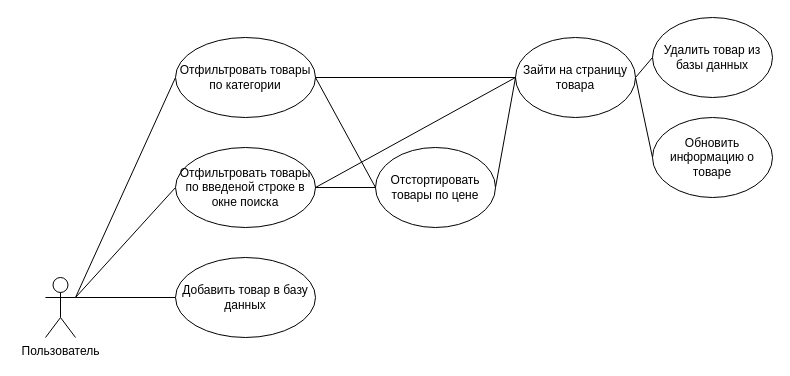
Vasyaslav/Leshchinskii-web-dev-course-2024-2 keeps this draw.io diagram as Диаграмма вариантов использования администратора.drawio. Above is the earlier version. Source tidied: cells renumbered, new cells numbered last; positions are measured from the earlier drawing's top-left corner, leaving out a move shared by most shapes. Both pictures are drawn from the tidied source at 100%, with x=0, y=0 at pixel (45, 17).
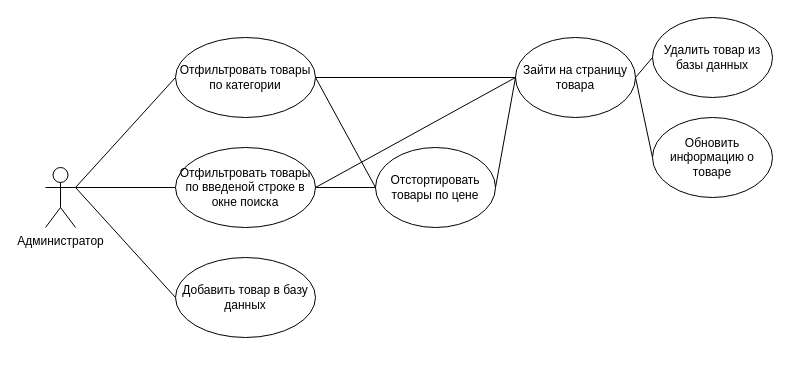
Above is the later version.

The change refers to these unchanged cells:
```xml
<mxCell id="4" value="Отфильтровать товары по категории" style="ellipse;whiteSpace=wrap;html=1;" parent="1" vertex="1">
  <mxGeometry x="130" y="20" width="140" height="80" as="geometry" />
</mxCell>
<mxCell id="6" value="Отфильтровать товары по введеной строке в окне поиска" style="ellipse;whiteSpace=wrap;html=1;" parent="1" vertex="1">
  <mxGeometry x="130" y="130" width="140" height="80" as="geometry" />
</mxCell>
<mxCell id="11" value="Добавить товар в базу данных" style="ellipse;whiteSpace=wrap;html=1;" parent="1" vertex="1">
  <mxGeometry x="130" y="240" width="140" height="80" as="geometry" />
</mxCell>
```

What changed in the source:
```diff
@@
-    <mxCell id="2" value="Пользователь" style="shape=umlActor;verticalLabelPosition=bottom;verticalAlign=top;html=1;outlineConnect=0;" parent="1" vertex="1">
-      <mxGeometry y="260" width="30" height="60" as="geometry" />
+    <mxCell id="2" value="Администратор" style="shape=umlActor;verticalLabelPosition=bottom;verticalAlign=top;html=1;outlineConnect=0;" parent="1" vertex="1">
+      <mxGeometry y="150" width="30" height="60" as="geometry" />
     </mxCell>
-    <mxCell id="3" style="endArrow=none;html=1;rounded=0;entryX=0;entryY=0.5;entryDx=0;entryDy=0;" parent="1" edge="1" target="4">
-      <mxGeometry relative="1" as="geometry">
-        <mxPoint x="30" y="280" as="sourcePoint" />
-      </mxGeometry>
+    <mxCell id="3" style="endArrow=none;html=1;rounded=0;entryX=0;entryY=0.5;entryDx=0;entryDy=0;exitX=1;exitY=0.3333333333333333;exitDx=0;exitDy=0;exitPerimeter=0;" parent="1" edge="1" source="2" target="4">
+      <mxGeometry relative="1" as="geometry" />
     </mxCell>
@@
-    <mxCell id="5" style="endArrow=none;html=1;rounded=0;entryX=0;entryY=0.5;entryDx=0;entryDy=0;" parent="1" edge="1" target="6">
-      <mxGeometry relative="1" as="geometry">
-        <mxPoint x="30" y="280" as="sourcePoint" />
-      </mxGeometry>
+    <mxCell id="5" style="endArrow=none;html=1;rounded=0;entryX=0;entryY=0.5;entryDx=0;entryDy=0;exitX=1;exitY=0.3333333333333333;exitDx=0;exitDy=0;exitPerimeter=0;" parent="1" edge="1" source="2" target="6">
+      <mxGeometry relative="1" as="geometry" />
     </mxCell>
@@
-    <mxCell id="10" style="endArrow=none;html=1;rounded=0;entryX=0;entryY=0.5;entryDx=0;entryDy=0;" parent="1" edge="1" target="11">
-      <mxGeometry relative="1" as="geometry">
-        <mxPoint x="30" y="280" as="sourcePoint" />
-      </mxGeometry>
+    <mxCell id="10" style="endArrow=none;html=1;rounded=0;entryX=0;entryY=0.5;entryDx=0;entryDy=0;exitX=1;exitY=0.3333333333333333;exitDx=0;exitDy=0;exitPerimeter=0;" parent="1" edge="1" source="2" target="11">
+      <mxGeometry relative="1" as="geometry" />
     </mxCell>
```
